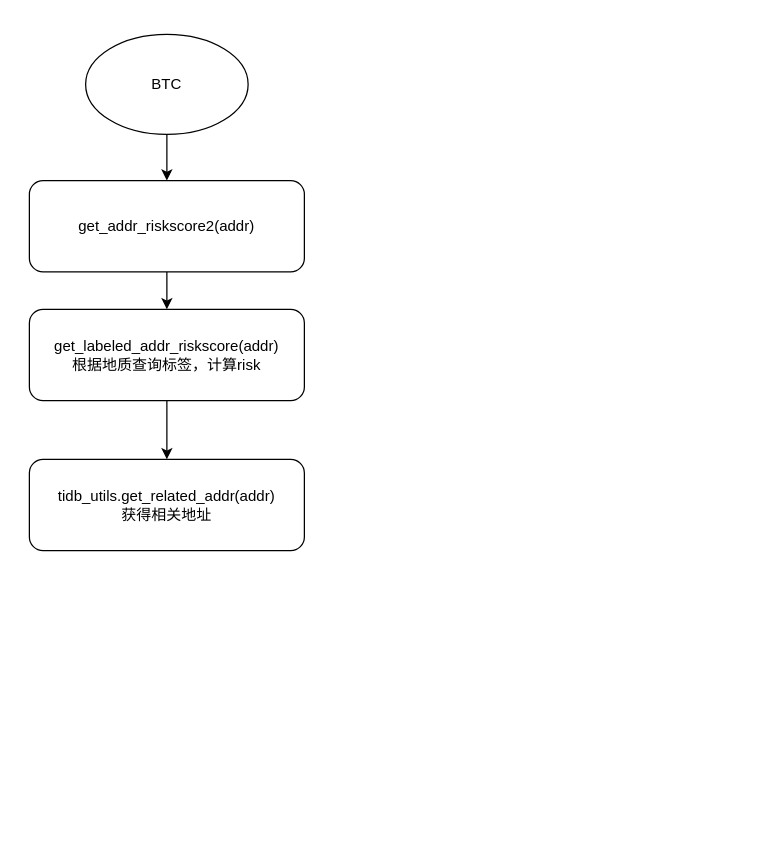
cxinping/bigdata keeps this draw.io diagram as bigdata-study/计算风险分.drawio. Above is the earlier version. Source tidied: cells renumbered, new cells numbered last; positions are measured from the earlier drawing's top-left corner, leaving out a move shared by most shapes. Both pictures are drawn from the tidied source at 125%, with x=0, y=0 at pixel (29, 34).
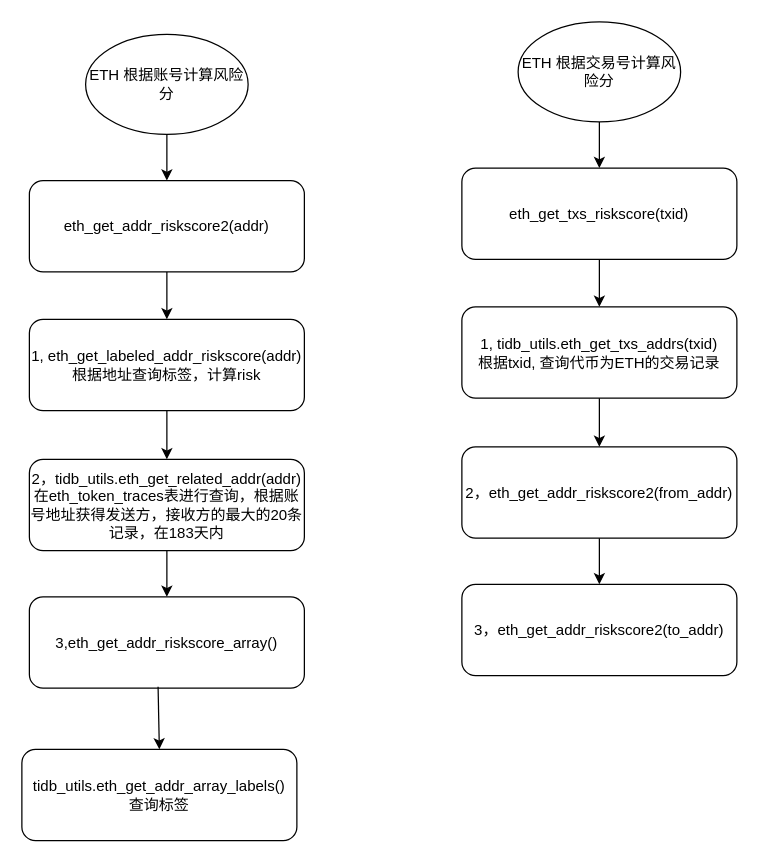
The same page after the edit.

Commit message:
Update 计算风险分.drawio

Change to the diagram source:
```diff
@@
-    <mxCell id="2" value="BTC " style="ellipse;whiteSpace=wrap;html=1;" parent="1" vertex="1">
+    <mxCell id="2" value="ETH 根据账号计算风险分 " style="ellipse;whiteSpace=wrap;html=1;" parent="1" vertex="1">
       <mxGeometry x="45" width="130" height="80" as="geometry" />
     </mxCell>
-    <mxCell id="3" value="get_addr_riskscore2(addr)" style="rounded=1;whiteSpace=wrap;html=1;" parent="1" vertex="1">
+    <mxCell id="3" value="eth_get_addr_riskscore2(addr)" style="rounded=1;whiteSpace=wrap;html=1;" parent="1" vertex="1">
       <mxGeometry y="117" width="220" height="73" as="geometry" />
     </mxCell>
@@
-    <mxCell id="5" value="get_labeled_addr_riskscore(addr)&lt;br&gt;根据地质查询标签，计算risk" style="rounded=1;whiteSpace=wrap;html=1;" parent="1" vertex="1">
-      <mxGeometry y="220" width="220" height="73" as="geometry" />
+    <mxCell id="5" value="1, eth_get_labeled_addr_riskscore(addr)&lt;br&gt;根据地址查询标签，计算risk" style="rounded=1;whiteSpace=wrap;html=1;" parent="1" vertex="1">
+      <mxGeometry y="228" width="220" height="73" as="geometry" />
     </mxCell>
@@
-    <mxCell id="7" value="&lt;div&gt;tidb_utils.get_related_addr(addr)&lt;/div&gt;&lt;div&gt;获得相关地址&lt;br&gt;&lt;/div&gt;" style="rounded=1;whiteSpace=wrap;html=1;" parent="1" vertex="1">
+    <mxCell id="7" value="&lt;div&gt;2，tidb_utils.eth_get_related_addr(addr)&lt;/div&gt;&lt;div&gt;在eth_token_traces表进行查询，根据账号地址获得发送方，接收方的最大的20条记录，在183天内&lt;br&gt;&lt;/div&gt;" style="rounded=1;whiteSpace=wrap;html=1;" parent="1" vertex="1">
       <mxGeometry y="340" width="220" height="73" as="geometry" />
     </mxCell>
@@
+    <mxCell id="9" value="3,eth_get_addr_riskscore_array()" style="rounded=1;whiteSpace=wrap;html=1;" parent="1" vertex="1">
+      <mxGeometry y="450" width="220" height="73" as="geometry" />
+    </mxCell>
+    <mxCell id="10" style="endArrow=classic;html=1;exitX=0.5;exitY=1;exitDx=0;exitDy=0;entryX=0.5;entryY=0;entryDx=0;entryDy=0;entryPerimeter=0;" parent="1" edge="1" source="7" target="9">
+      <mxGeometry relative="1" as="geometry" />
+    </mxCell>
+    <mxCell id="11" value="tidb_utils.eth_get_addr_array_labels()&lt;br&gt;查询标签" style="rounded=1;whiteSpace=wrap;html=1;" parent="1" vertex="1">
+      <mxGeometry x="-6" y="572" width="220" height="73" as="geometry" />
+    </mxCell>
+    <mxCell id="12" style="endArrow=classic;html=1;exitX=0.468;exitY=0.986;exitDx=0;exitDy=0;exitPerimeter=0;entryX=0.5;entryY=0;entryDx=0;entryDy=0;" parent="1" edge="1" source="9" target="11">
+      <mxGeometry relative="1" as="geometry" />
+    </mxCell>
+    <mxCell id="13" value="ETH 根据交易号计算风险分 " style="ellipse;whiteSpace=wrap;html=1;" parent="1" vertex="1">
+      <mxGeometry x="391" y="-10" width="130" height="80" as="geometry" />
+    </mxCell>
+    <mxCell id="14" value="eth_get_txs_riskscore(txid)" style="rounded=1;whiteSpace=wrap;html=1;" parent="1" vertex="1">
+      <mxGeometry x="346" y="107" width="220" height="73" as="geometry" />
+    </mxCell>
+    <mxCell id="15" style="endArrow=classic;html=1;exitX=0.5;exitY=1;exitDx=0;exitDy=0;entryX=0.5;entryY=0;entryDx=0;entryDy=0;" parent="1" edge="1" source="13" target="14">
+      <mxGeometry relative="1" as="geometry" />
+    </mxCell>
+    <mxCell id="16" value="1, tidb_utils.eth_get_txs_addrs(txid)&lt;br&gt;根据txid, 查询代币为ETH的交易记录" style="rounded=1;whiteSpace=wrap;html=1;" parent="1" vertex="1">
+      <mxGeometry x="346" y="218" width="220" height="73" as="geometry" />
+    </mxCell>
+    <mxCell id="17" style="endArrow=classic;html=1;exitX=0.5;exitY=1;exitDx=0;exitDy=0;entryX=0.5;entryY=0;entryDx=0;entryDy=0;" parent="1" edge="1" source="14" target="16">
+      <mxGeometry relative="1" as="geometry" />
+    </mxCell>
+    <mxCell id="18" value="&lt;div&gt;2，eth_get_addr_riskscore2(from_addr)&lt;/div&gt;" style="rounded=1;whiteSpace=wrap;html=1;" parent="1" vertex="1">
+      <mxGeometry x="346" y="330" width="220" height="73" as="geometry" />
+    </mxCell>
+    <mxCell id="19" style="endArrow=classic;html=1;exitX=0.5;exitY=1;exitDx=0;exitDy=0;entryX=0.5;entryY=0;entryDx=0;entryDy=0;" parent="1" edge="1" source="16" target="18">
+      <mxGeometry relative="1" as="geometry" />
+    </mxCell>
+    <mxCell id="20" value="3，eth_get_addr_riskscore2(to_addr)" style="rounded=1;whiteSpace=wrap;html=1;" parent="1" vertex="1">
+      <mxGeometry x="346" y="440" width="220" height="73" as="geometry" />
+    </mxCell>
+    <mxCell id="21" style="endArrow=classic;html=1;exitX=0.5;exitY=1;exitDx=0;exitDy=0;entryX=0.5;entryY=0;entryDx=0;entryDy=0;entryPerimeter=0;" parent="1" edge="1" source="18" target="20">
+      <mxGeometry relative="1" as="geometry" />
+    </mxCell>
```
